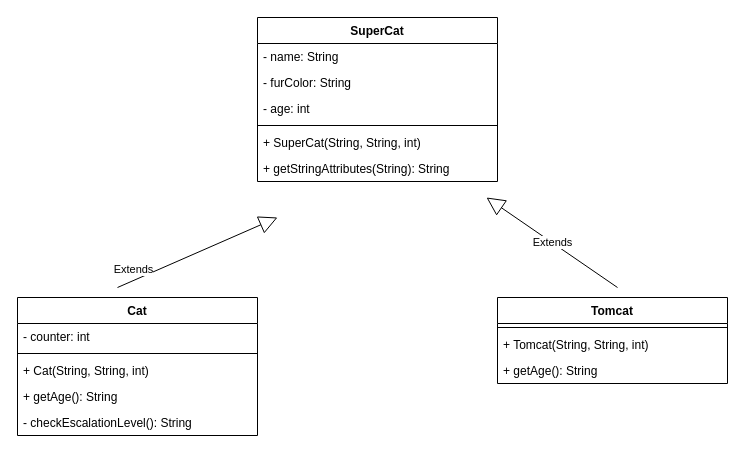
01-SP-CC/03_Inheritance_Vererbung keeps this draw.io diagram as page "Cat_Tomcat_SuperCat" (3 of 3) of klassendiagramm.drawio. Above is the earlier version. Source tidied: cells renumbered, new cells numbered last; positions are measured from the earlier drawing's top-left corner, leaving out a move shared by most shapes. Both pictures are drawn from the tidied source at 100%, with x=0, y=0 at pixel (17, 17).
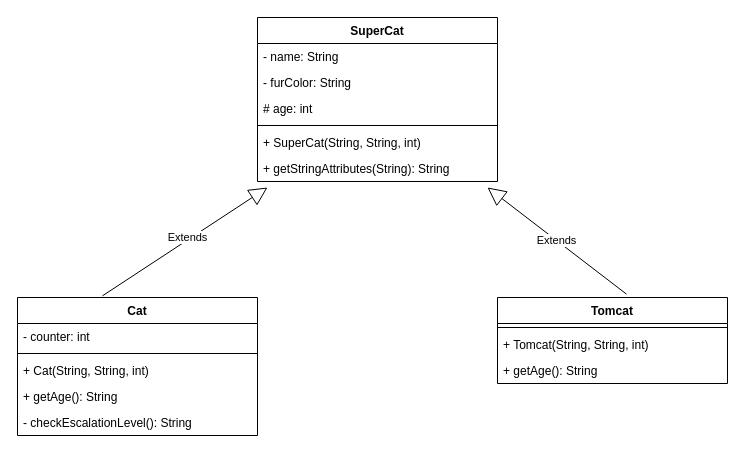
The same page after the edit.

Unchanged cells that the change refers to:
```xml
<mxCell id="2" value="Cat" style="swimlane;fontStyle=1;align=center;verticalAlign=top;horizontal=1;startSize=26;" parent="1" vertex="1">
  <mxGeometry y="280" width="240" height="138" as="geometry" />
</mxCell>
<mxCell id="8" value="Tomcat" style="swimlane;fontStyle=1;align=center;verticalAlign=top;horizontal=1;startSize=26;" parent="1" vertex="1">
  <mxGeometry x="480" y="280" width="230" height="86" as="geometry" />
</mxCell>
<mxCell id="12" value="SuperCat" style="swimlane;fontStyle=1;align=center;verticalAlign=top;horizontal=1;startSize=26;" parent="1" vertex="1">
  <mxGeometry x="240" width="240" height="164" as="geometry" />
</mxCell>
```

The edit, as a diff of the source:
```diff
@@
-    <mxCell id="15" value="- age: int" style="text;strokeColor=none;fillColor=none;align=left;verticalAlign=top;spacingLeft=4;spacingRight=4;overflow=hidden;" parent="12" vertex="1">
+    <mxCell id="15" value="# age: int" style="text;strokeColor=none;fillColor=none;align=left;verticalAlign=top;spacingLeft=4;spacingRight=4;overflow=hidden;" parent="12" vertex="1">
       <mxGeometry y="78" width="240" height="26" as="geometry" />
     </mxCell>
@@
-    <mxCell id="19" value="Extends" style="endArrow=block;endSize=16;endFill=0;html=1;" parent="1" edge="1">
-      <mxGeometry x="-0.75" y="10" relative="1" as="geometry">
-        <mxPoint x="100" y="270" as="sourcePoint" />
-        <mxPoint x="260" y="200" as="targetPoint" />
+    <mxCell id="19" value="Extends" style="endArrow=block;endSize=16;endFill=0;html=1;exitX=0.354;exitY=-0.012;exitDx=0;exitDy=0;exitPerimeter=0;" parent="1" edge="1" source="2">
+      <mxGeometry x="0.04" y="2" relative="1" as="geometry">
+        <mxPoint x="250" y="170" as="targetPoint" />
       </mxGeometry>
     </mxCell>
-    <mxCell id="20" value="Extends" style="endArrow=block;endSize=16;endFill=0;html=1;" parent="1" edge="1">
+    <mxCell id="20" value="Extends" style="endArrow=block;endSize=16;endFill=0;html=1;exitX=0.561;exitY=-0.039;exitDx=0;exitDy=0;exitPerimeter=0;" parent="1" edge="1" source="8">
       <mxGeometry relative="1" as="geometry">
-        <mxPoint x="600" y="270" as="sourcePoint" />
-        <mxPoint x="469" y="180" as="targetPoint" />
+        <mxPoint x="470" y="170" as="targetPoint" />
       </mxGeometry>
     </mxCell>
```
